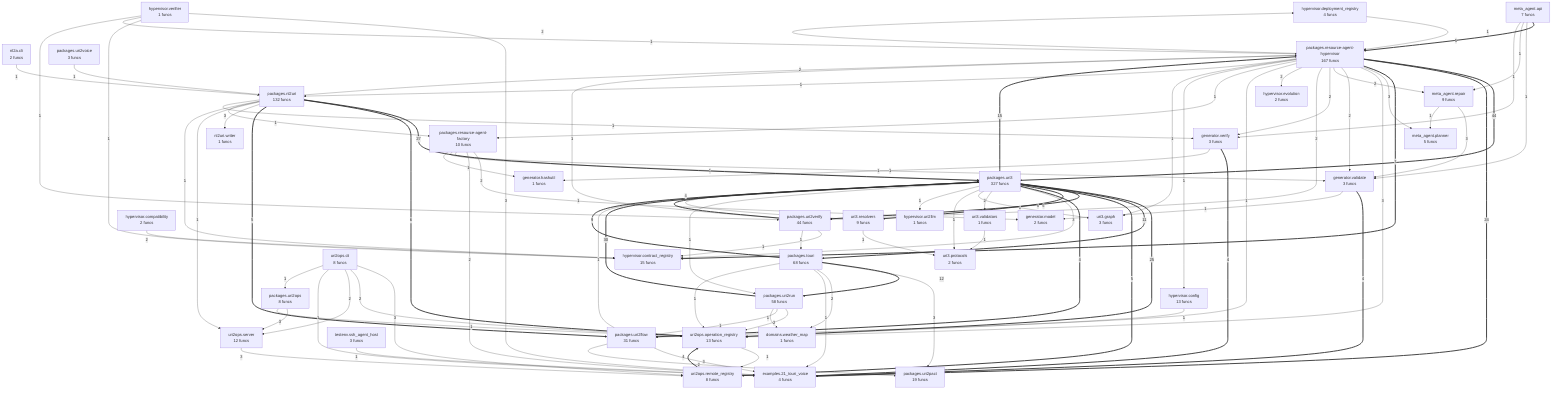
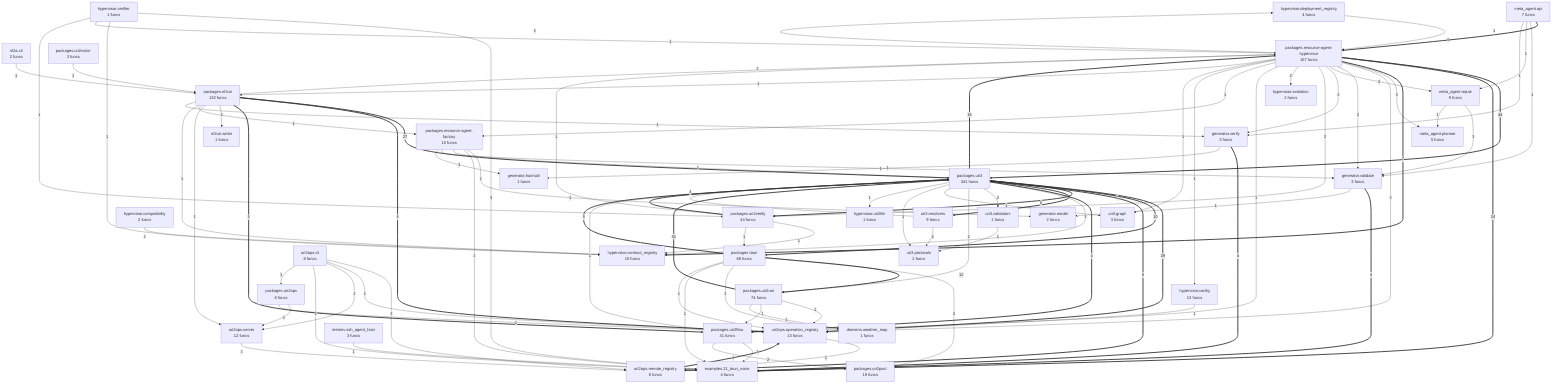
flowchart TD
%% generated in 0.04s
    domains__weather_map["domains.weather_map<br/>1 funcs"]
    examples__21_touri_voice["examples.21_touri_voice<br/>4 funcs"]
    generator__hashutil["generator.hashutil<br/>1 funcs"]
    generator__model["generator.model<br/>2 funcs"]
    generator__validate["generator.validate<br/>3 funcs"]
    generator__verify["generator.verify<br/>3 funcs"]
    hypervisor__compatibility["hypervisor.compatibility<br/>2 funcs"]
    hypervisor__config["hypervisor.config<br/>13 funcs"]
    hypervisor__contract_registry["hypervisor.contract_registry<br/>15 funcs"]
    hypervisor__deployment_registry["hypervisor.deployment_registry<br/>4 funcs"]
    hypervisor__evolution["hypervisor.evolution<br/>2 funcs"]
    hypervisor__uri2llm["hypervisor.uri2llm<br/>1 funcs"]
    hypervisor__verifier["hypervisor.verifier<br/>1 funcs"]
    meta_agent__api["meta_agent.api<br/>7 funcs"]
    meta_agent__planner["meta_agent.planner<br/>5 funcs"]
    meta_agent__repair["meta_agent.repair<br/>9 funcs"]
    nl2a__cli["nl2a.cli<br/>2 funcs"]
    nl2uri__writer["nl2uri.writer<br/>1 funcs"]
    packages__nl2uri["packages.nl2uri<br/>132 funcs"]
    packages__resource_agent_factory["packages.resource-agent-factory<br/>10 funcs"]
    packages__resource_agent_hypervisor["packages.resource-agent-hypervisor<br/>167 funcs"]
    packages__touri["packages.touri<br/>68 funcs"]
    packages__uri2flow["packages.uri2flow<br/>31 funcs"]
    packages__uri2ops["packages.uri2ops<br/>8 funcs"]
    packages__uri2pact["packages.uri2pact<br/>19 funcs"]
-     packages__uri2run["packages.uri2run<br/>58 funcs"]
+     packages__uri2run["packages.uri2run<br/>74 funcs"]
    packages__uri2verify["packages.uri2verify<br/>44 funcs"]
    packages__uri2voice["packages.uri2voice<br/>3 funcs"]
-     packages__uri3["packages.uri3<br/>327 funcs"]
+     packages__uri3["packages.uri3<br/>341 funcs"]
    testenv__ssh_agent_host["testenv.ssh_agent_host<br/>3 funcs"]
    uri2ops__cli["uri2ops.cli<br/>8 funcs"]
    uri2ops__operation_registry["uri2ops.operation_registry<br/>13 funcs"]
    uri2ops__remote_registry["uri2ops.remote_registry<br/>8 funcs"]
    uri2ops__server["uri2ops.server<br/>12 funcs"]
    uri3__graph["uri3.graph<br/>3 funcs"]
    uri3__protocols["uri3.protocols<br/>2 funcs"]
    uri3__resolvers["uri3.resolvers<br/>9 funcs"]
    uri3__validators["uri3.validators<br/>1 funcs"]
    packages__resource_agent_hypervisor ==>|44| packages__uri3
-     packages__uri2run ==>|30| packages__uri3
+     packages__uri2run ==>|41| packages__uri3
+     packages__uri3 ==>|29| uri2ops__operation_registry
    packages__nl2uri ==>|27| packages__uri3
-     packages__uri3 ==>|25| uri2ops__operation_registry
    packages__resource_agent_hypervisor ==>|24| examples__21_touri_voice
    packages__uri3 ==>|15| packages__resource_agent_hypervisor
    packages__touri ==>|12| packages__uri2run
-     packages__uri3 ==>|11| packages__touri
+     packages__uri3 ==>|10| packages__touri
    packages__touri ==>|9| packages__uri3
    packages__resource_agent_hypervisor ==>|7| hypervisor__contract_registry
    packages__uri3 ==>|6| packages__uri2verify
    packages__nl2uri ==>|6| uri2ops__operation_registry
    packages__uri3 ==>|5| uri2ops__remote_registry
    packages__uri3 ==>|5| uri3__resolvers
    packages__nl2uri ==>|5| packages__uri2flow
    meta_agent__api ==>|5| packages__resource_agent_hypervisor
    uri2ops__remote_registry ==>|4| uri2ops__operation_registry
    packages__uri3 ==>|4| packages__uri2flow
    generator__validate ==>|4| examples__21_touri_voice
    generator__verify ==>|4| examples__21_touri_voice
    packages__uri2verify ==>|4| packages__uri3
    uri2ops__cli -->|3| uri2ops__remote_registry
    uri2ops__server -->|3| uri2ops__remote_registry
    packages__uri2ops -->|3| uri2ops__server
-     packages__uri3 -->|3| hypervisor__contract_registry
    packages__uri2flow -->|3| examples__21_touri_voice
    packages__touri -->|3| packages__uri2pact
    packages__nl2uri -->|3| nl2uri__writer
    packages__resource_agent_hypervisor -->|3| meta_agent__planner
    meta_agent__repair -->|3| generator__validate
    packages__resource_agent_hypervisor -->|3| uri2ops__operation_registry
    hypervisor__verifier -->|3| examples__21_touri_voice
+     packages__uri3 -->|3| hypervisor__contract_registry
    uri2ops__cli -->|2| uri2ops__operation_registry
    uri2ops__cli -->|2| uri2ops__server
    packages__uri3 -->|2| uri3__validators
    packages__uri2flow -->|2| packages__uri2pact
    packages__uri2run -->|2| uri2ops__operation_registry
    packages__resource_agent_factory -->|2| generator__model
    packages__resource_agent_factory -->|2| examples__21_touri_voice
    packages__nl2uri -->|2| packages__resource_agent_hypervisor
    packages__resource_agent_hypervisor -->|2| generator__validate
    packages__resource_agent_hypervisor -->|2| meta_agent__repair
    packages__resource_agent_hypervisor -->|2| generator__verify
    packages__resource_agent_hypervisor -->|2| packages__uri2verify
    packages__resource_agent_hypervisor -->|2| hypervisor__evolution
    packages__resource_agent_hypervisor -->|2| hypervisor__deployment_registry
    hypervisor__compatibility -->|2| hypervisor__contract_registry
    packages__touri -->|2| domains__weather_map
+     packages__uri3 -->|2| packages__uri2run
    uri2ops__cli -->|1| examples__21_touri_voice
    uri2ops__cli -->|1| packages__uri2ops
    uri2ops__operation_registry -->|1| uri2ops__remote_registry
    packages__uri2ops -->|1| uri2ops__operation_registry
    uri3__validators -->|1| uri3__protocols
    packages__uri3 -->|1| uri3__graph
    packages__uri3 -->|1| uri3__protocols
    packages__uri3 -->|1| hypervisor__uri2llm
    uri3__resolvers -->|1| packages__uri3
    uri3__resolvers -->|1| uri3__protocols
    packages__uri2flow -->|1| packages__uri3
    packages__touri -->|1| examples__21_touri_voice
    packages__touri -->|1| uri2ops__operation_registry
    packages__uri2voice -->|1| packages__nl2uri
    packages__uri2run -->|1| packages__uri2flow
    generator__validate -->|1| generator__model
    packages__resource_agent_factory -->|1| packages__uri3
    packages__resource_agent_factory -->|1| generator__validate
    packages__resource_agent_factory -->|1| generator__hashutil
    generator__verify -->|1| generator__hashutil
    packages__nl2uri -->|1| uri2ops__server
    packages__nl2uri -->|1| packages__resource_agent_factory
    packages__nl2uri -->|1| hypervisor__contract_registry
    packages__nl2uri -->|1| generator__verify
    nl2a__cli -->|1| packages__nl2uri
    packages__uri2verify -->|1| hypervisor__contract_registry
    packages__uri2verify -->|1| packages__resource_agent_hypervisor
    packages__uri2verify -->|1| packages__touri
    packages__resource_agent_hypervisor -->|1| packages__uri2flow
    meta_agent__api -->|1| generator__validate
    meta_agent__api -->|1| meta_agent__repair
    meta_agent__api -->|1| generator__verify
    packages__resource_agent_hypervisor -->|1| packages__resource_agent_factory
    meta_agent__repair -->|1| meta_agent__planner
    hypervisor__verifier -->|1| hypervisor__contract_registry
    hypervisor__verifier -->|1| packages__resource_agent_hypervisor
    hypervisor__verifier -->|1| packages__uri2verify
    packages__resource_agent_hypervisor -->|1| hypervisor__config
    hypervisor__config -->|1| uri2ops__operation_registry
    packages__resource_agent_hypervisor -->|1| uri3__graph
    packages__resource_agent_hypervisor -->|1| packages__nl2uri
    hypervisor__deployment_registry -->|1| packages__resource_agent_hypervisor
    testenv__ssh_agent_host -->|1| examples__21_touri_voice
-     packages__uri3 -->|1| packages__uri2run
    packages__uri2run -->|1| domains__weather_map
